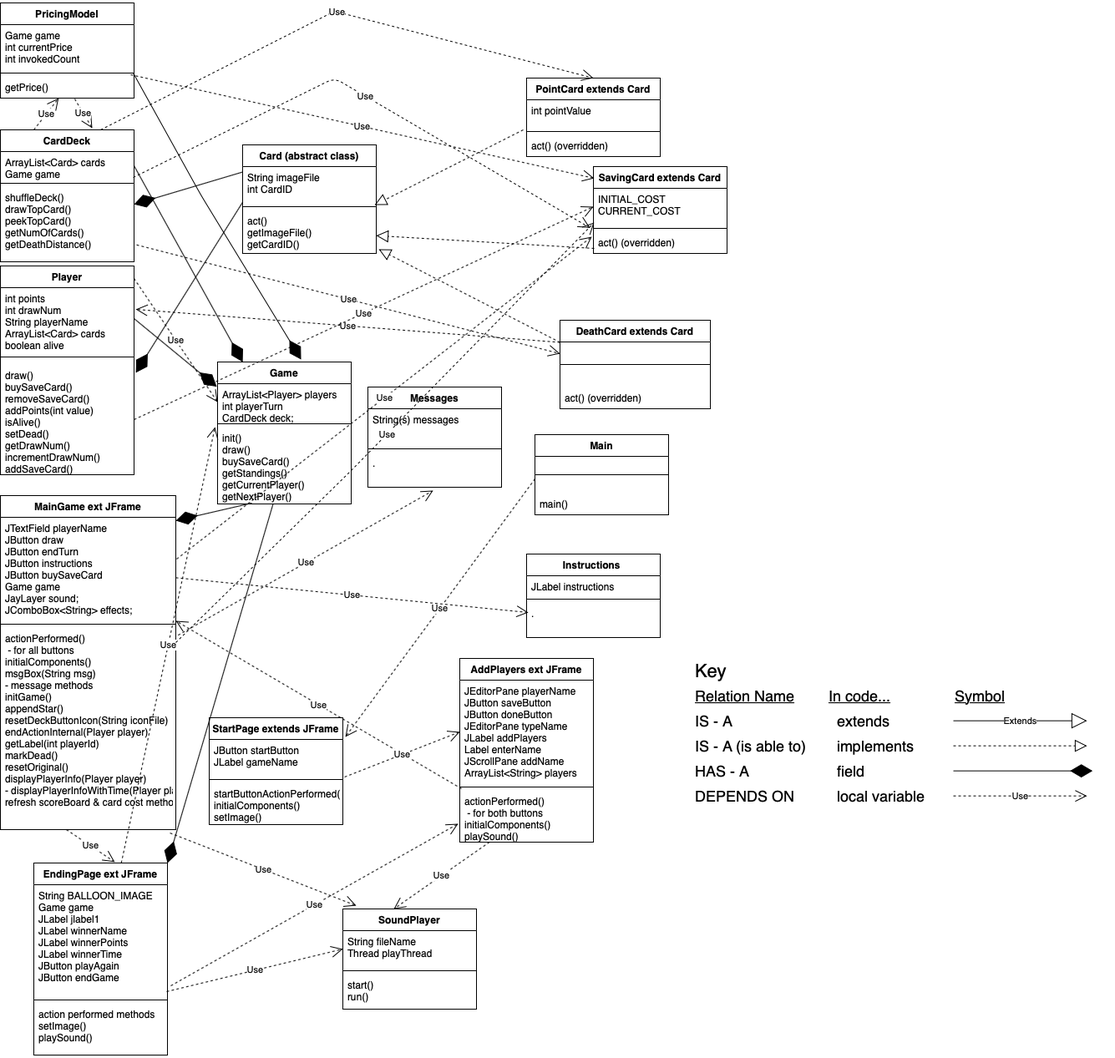
Above: doc/UMLDiagram.png in HHSAPCompSci2020/capstone-project-otters-3 (draw.io), before the change. Source tidied: cells renumbered, new cells last; positions are measured from the earlier drawing's top-left corner, leaving out a move shared by most shapes.
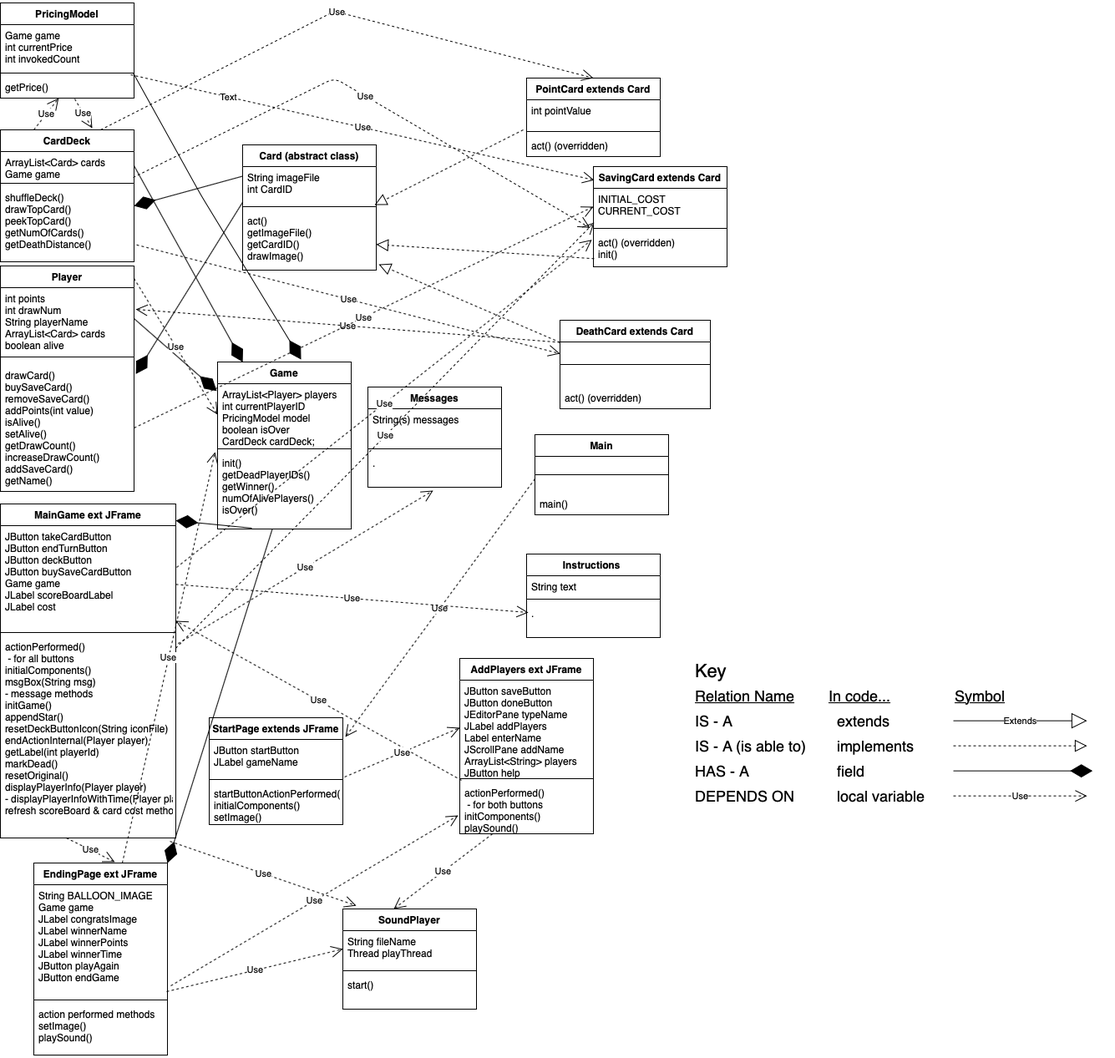
Later version of the same file.

Change to the diagram source:
```diff
@@ -15,7 +15,7 @@
       <mxGeometry y="68" width="160" height="90" as="geometry" />
     </mxCell>
     <mxCell id="6" value="Card (abstract class)" style="swimlane;fontStyle=1;align=center;verticalAlign=top;horizontal=1;startSize=26;" parent="1" vertex="1">
-      <mxGeometry x="290" y="170" width="160" height="130" as="geometry" />
+      <mxGeometry x="290" y="170" width="160" height="150" as="geometry" />
     </mxCell>
     <mxCell id="7" value="String imageFile&#10;int CardID" style="text;strokeColor=none;fillColor=none;align=left;verticalAlign=top;spacingLeft=4;spacingRight=4;overflow=hidden;points=[[0,0.5],[1,0.5]];portConstraint=eastwest;" parent="6" vertex="1">
       <mxGeometry y="26" width="160" height="44" as="geometry" />
@@ -23,23 +23,23 @@
     <mxCell id="8" style="line;strokeWidth=1;fillColor=none;align=left;verticalAlign=middle;spacingTop=-1;spacingLeft=3;spacingRight=3;labelPosition=right;points=[];portConstraint=eastwest;" parent="6" vertex="1">
       <mxGeometry y="70" width="160" height="8" as="geometry" />
     </mxCell>
-    <mxCell id="9" value="act()&#10;getImageFile()&#10;getCardID()" style="text;strokeColor=none;fillColor=none;align=left;verticalAlign=top;spacingLeft=4;spacingRight=4;overflow=hidden;points=[[0,0.5],[1,0.5]];portConstraint=eastwest;" parent="6" vertex="1">
-      <mxGeometry y="78" width="160" height="52" as="geometry" />
+    <mxCell id="9" value="act()&#10;getImageFile()&#10;getCardID()&#10;drawImage()" style="text;strokeColor=none;fillColor=none;align=left;verticalAlign=top;spacingLeft=4;spacingRight=4;overflow=hidden;points=[[0,0.5],[1,0.5]];portConstraint=eastwest;" parent="6" vertex="1">
+      <mxGeometry y="78" width="160" height="72" as="geometry" />
     </mxCell>
     <mxCell id="10" value="Game" style="swimlane;fontStyle=1;align=center;verticalAlign=top;horizontal=1;startSize=26;" parent="1" vertex="1">
-      <mxGeometry x="260" y="430" width="160" height="170" as="geometry" />
+      <mxGeometry x="260" y="430" width="160" height="200" as="geometry" />
     </mxCell>
-    <mxCell id="11" value="ArrayList&lt;Player&gt; players&#10;int playerTurn&#10;CardDeck deck;" style="text;strokeColor=none;fillColor=none;align=left;verticalAlign=top;spacingLeft=4;spacingRight=4;overflow=hidden;points=[[0,0.5],[1,0.5]];portConstraint=eastwest;" parent="10" vertex="1">
-      <mxGeometry y="26" width="160" height="44" as="geometry" />
+    <mxCell id="11" value="ArrayList&lt;Player&gt; players&#10;int currentPlayerID&#10;PricingModel model&#10;boolean isOver&#10;CardDeck cardDeck;" style="text;strokeColor=none;fillColor=none;align=left;verticalAlign=top;spacingLeft=4;spacingRight=4;overflow=hidden;points=[[0,0.5],[1,0.5]];portConstraint=eastwest;" parent="10" vertex="1">
+      <mxGeometry y="26" width="160" height="74" as="geometry" />
     </mxCell>
     <mxCell id="12" style="line;strokeWidth=1;fillColor=none;align=left;verticalAlign=middle;spacingTop=-1;spacingLeft=3;spacingRight=3;labelPosition=right;" parent="10" vertex="1">
-      <mxGeometry y="70" width="160" height="8" as="geometry" />
+      <mxGeometry y="100" width="160" height="8" as="geometry" />
     </mxCell>
-    <mxCell id="13" value="init()&#10;draw()&#10;buySaveCard()&#10;getStandings()&#10;getCurrentPlayer()&#10;getNextPlayer()" style="text;strokeColor=none;fillColor=none;align=left;verticalAlign=top;spacingLeft=4;spacingRight=4;overflow=hidden;points=[[0,0.5],[1,0.5]];portConstraint=eastwest;" parent="10" vertex="1">
-      <mxGeometry y="78" width="160" height="92" as="geometry" />
+    <mxCell id="13" value="init()&#10;getDeadPlayerIDs()&#10;getWinner()&#10;numOfAlivePlayers()&#10;isOver()" style="text;strokeColor=none;fillColor=none;align=left;verticalAlign=top;spacingLeft=4;spacingRight=4;overflow=hidden;points=[[0,0.5],[1,0.5]];portConstraint=eastwest;" parent="10" vertex="1">
+      <mxGeometry y="108" width="160" height="92" as="geometry" />
     </mxCell>
     <mxCell id="14" value="Player" style="swimlane;fontStyle=1;align=center;verticalAlign=top;horizontal=1;startSize=26;" parent="1" vertex="1">
-      <mxGeometry y="315" width="160" height="250" as="geometry" />
+      <mxGeometry y="315" width="160" height="270" as="geometry" />
     </mxCell>
     <mxCell id="15" value="int points&#10;int drawNum&#10;String playerName&#10;ArrayList&lt;Card&gt; cards&#10;boolean alive" style="text;strokeColor=none;fillColor=none;align=left;verticalAlign=top;spacingLeft=4;spacingRight=4;overflow=hidden;points=[[0,0.5],[1,0.5]];portConstraint=eastwest;" parent="14" vertex="1">
       <mxGeometry y="26" width="160" height="74" as="geometry" />
@@ -47,8 +47,8 @@
     <mxCell id="16" style="line;strokeWidth=1;fillColor=none;align=left;verticalAlign=middle;spacingTop=-1;spacingLeft=3;spacingRight=3;labelPosition=right;" parent="14" vertex="1">
       <mxGeometry y="100" width="160" height="18" as="geometry" />
     </mxCell>
-    <mxCell id="17" value="draw()&#10;buySaveCard()&#10;removeSaveCard()&#10;addPoints(int value)&#10;isAlive()&#10;setDead()&#10;getDrawNum()&#10;incrementDrawNum()&#10;addSaveCard()" style="text;strokeColor=none;fillColor=none;align=left;verticalAlign=top;spacingLeft=4;spacingRight=4;overflow=hidden;points=[[0,0.5],[1,0.5]];portConstraint=eastwest;" parent="14" vertex="1">
-      <mxGeometry y="118" width="160" height="132" as="geometry" />
+    <mxCell id="17" value="drawCard()&#10;buySaveCard()&#10;removeSaveCard()&#10;addPoints(int value)&#10;isAlive()&#10;setAlive()&#10;getDrawCount()&#10;increaseDrawCount()&#10;addSaveCard()&#10;getName()" style="text;strokeColor=none;fillColor=none;align=left;verticalAlign=top;spacingLeft=4;spacingRight=4;overflow=hidden;points=[[0,0.5],[1,0.5]];portConstraint=eastwest;" parent="14" vertex="1">
+      <mxGeometry y="118" width="160" height="152" as="geometry" />
     </mxCell>
     <mxCell id="18" value="DeathCard extends Card" style="swimlane;fontStyle=1;align=center;verticalAlign=top;horizontal=1;startSize=26;" parent="1" vertex="1">
       <mxGeometry x="670" y="380" width="180" height="106" as="geometry" />
@@ -69,7 +69,7 @@
       <mxGeometry y="70" width="160" height="26" as="geometry" />
     </mxCell>
     <mxCell id="24" value="SavingCard extends Card" style="swimlane;fontStyle=1;align=center;verticalAlign=top;horizontal=1;startSize=26;" parent="1" vertex="1">
-      <mxGeometry x="710" y="196" width="160" height="104" as="geometry" />
+      <mxGeometry x="710" y="196" width="160" height="120" as="geometry" />
     </mxCell>
     <mxCell id="25" value="INITIAL_COST&#10;CURRENT_COST" style="text;strokeColor=none;fillColor=none;align=left;verticalAlign=top;spacingLeft=4;spacingRight=4;overflow=hidden;points=[[0,0.5],[1,0.5]];portConstraint=eastwest;" parent="24" vertex="1">
       <mxGeometry y="26" width="160" height="44" as="geometry" />
@@ -77,8 +77,8 @@
     <mxCell id="26" style="line;strokeWidth=1;fillColor=none;align=left;verticalAlign=middle;spacingTop=-1;spacingLeft=3;spacingRight=3;labelPosition=right;" parent="24" vertex="1">
       <mxGeometry y="70" width="160" height="8" as="geometry" />
     </mxCell>
-    <mxCell id="27" value="act() (overridden)" style="text;strokeColor=none;fillColor=none;align=left;verticalAlign=top;spacingLeft=4;spacingRight=4;overflow=hidden;points=[[0,0.5],[1,0.5]];portConstraint=eastwest;" parent="24" vertex="1">
-      <mxGeometry y="78" width="160" height="26" as="geometry" />
+    <mxCell id="27" value="act() (overridden)&#10;init()" style="text;strokeColor=none;fillColor=none;align=left;verticalAlign=top;spacingLeft=4;spacingRight=4;overflow=hidden;points=[[0,0.5],[1,0.5]];portConstraint=eastwest;" parent="24" vertex="1">
+      <mxGeometry y="78" width="160" height="42" as="geometry" />
     </mxCell>
     <mxCell id="28" value="&lt;font style=&quot;font-size: 22px&quot;&gt;Key&lt;/font&gt;" style="text;html=1;align=left;verticalAlign=middle;strokeColor=none;" parent="1" vertex="1">
       <mxGeometry x="830" y="790" width="50" height="20" as="geometry" />
@@ -135,16 +135,16 @@
       </mxGeometry>
     </mxCell>
     <mxCell id="43" value="AddPlayers ext JFrame" style="swimlane;fontStyle=1;align=center;verticalAlign=top;horizontal=1;startSize=26;" parent="1" vertex="1">
-      <mxGeometry x="550" y="785" width="160" height="220" as="geometry" />
+      <mxGeometry x="550" y="785" width="160" height="210" as="geometry" />
     </mxCell>
-    <mxCell id="44" value="JEditorPane playerName&#10;JButton saveButton&#10;JButton doneButton&#10;JEditorPane typeName&#10;JLabel addPlayers&#10;Label enterName&#10;JScrollPane addName&#10;ArrayList&lt;String&gt; players&#10;&#10;JayLayer sound;&#10;JComboBox&lt;String&gt; effects;" style="text;strokeColor=none;fillColor=none;align=left;verticalAlign=top;spacingLeft=4;spacingRight=4;overflow=hidden;points=[[0,0.5],[1,0.5]];portConstraint=eastwest;" parent="43" vertex="1">
-      <mxGeometry y="26" width="160" height="124" as="geometry" />
+    <mxCell id="44" value="JButton saveButton&#10;JButton doneButton&#10;JEditorPane typeName&#10;JLabel addPlayers&#10;Label enterName&#10;JScrollPane addName&#10;ArrayList&lt;String&gt; players&#10;JButton help&#10;" style="text;strokeColor=none;fillColor=none;align=left;verticalAlign=top;spacingLeft=4;spacingRight=4;overflow=hidden;points=[[0,0.5],[1,0.5]];portConstraint=eastwest;" parent="43" vertex="1">
+      <mxGeometry y="26" width="160" height="114" as="geometry" />
     </mxCell>
     <mxCell id="45" style="line;strokeWidth=1;fillColor=none;align=left;verticalAlign=middle;spacingTop=-1;spacingLeft=3;spacingRight=3;labelPosition=right;" parent="43" vertex="1">
-      <mxGeometry y="150" width="160" height="8" as="geometry" />
+      <mxGeometry y="140" width="160" height="8" as="geometry" />
     </mxCell>
-    <mxCell id="46" value="actionPerformed()&#10; - for both buttons&#10;initialComponents()&#10;playSound()" style="text;strokeColor=none;fillColor=none;align=left;verticalAlign=top;spacingLeft=4;spacingRight=4;overflow=hidden;points=[[0,0.5],[1,0.5]];portConstraint=eastwest;" parent="43" vertex="1">
-      <mxGeometry y="158" width="160" height="62" as="geometry" />
+    <mxCell id="46" value="actionPerformed()&#10; - for both buttons&#10;initComponents()&#10;playSound()" style="text;strokeColor=none;fillColor=none;align=left;verticalAlign=top;spacingLeft=4;spacingRight=4;overflow=hidden;points=[[0,0.5],[1,0.5]];portConstraint=eastwest;" parent="43" vertex="1">
+      <mxGeometry y="148" width="160" height="62" as="geometry" />
     </mxCell>
     <mxCell id="47" value="Use" style="endArrow=open;endSize=12;dashed=1;html=1;exitX=0.013;exitY=-0.032;exitDx=0;exitDy=0;exitPerimeter=0;" parent="43" edge="1" source="46">
       <mxGeometry relative="1" as="geometry">
@@ -158,9 +158,9 @@
       <mxGeometry relative="1" as="geometry" />
     </mxCell>
     <mxCell id="50" value="MainGame ext JFrame" style="swimlane;fontStyle=1;align=center;verticalAlign=top;horizontal=1;startSize=26;" parent="1" vertex="1">
-      <mxGeometry y="590" width="210" height="400" as="geometry" />
+      <mxGeometry y="600" width="210" height="400" as="geometry" />
     </mxCell>
-    <mxCell id="51" value="JTextField playerName&#10;JButton draw&#10;JButton endTurn&#10;JButton instructions&#10;JButton buySaveCard&#10;Game game&#10;JayLayer sound;&#10;JComboBox&lt;String&gt; effects;" style="text;strokeColor=none;fillColor=none;align=left;verticalAlign=top;spacingLeft=4;spacingRight=4;overflow=hidden;points=[[0,0.5],[1,0.5]];portConstraint=eastwest;" parent="50" vertex="1">
+    <mxCell id="51" value="JButton takeCardButton&#10;JButton endTurnButton&#10;JButton deckButton&#10;JButton buySaveCardButton&#10;Game game&#10;JLabel scoreBoardLabel&#10;JLabel cost" style="text;strokeColor=none;fillColor=none;align=left;verticalAlign=top;spacingLeft=4;spacingRight=4;overflow=hidden;points=[[0,0.5],[1,0.5]];portConstraint=eastwest;" parent="50" vertex="1">
       <mxGeometry y="26" width="210" height="124" as="geometry" />
     </mxCell>
     <mxCell id="52" style="line;strokeWidth=1;fillColor=none;align=left;verticalAlign=middle;spacingTop=-1;spacingLeft=3;spacingRight=3;labelPosition=right;" parent="50" vertex="1">
@@ -172,7 +172,7 @@
     <mxCell id="54" value="Instructions " style="swimlane;fontStyle=1;align=center;verticalAlign=top;horizontal=1;startSize=26;" parent="1" vertex="1">
       <mxGeometry x="630" y="660" width="160" height="100" as="geometry" />
     </mxCell>
-    <mxCell id="55" value="JLabel instructions" style="text;strokeColor=none;fillColor=none;align=left;verticalAlign=top;spacingLeft=4;spacingRight=4;overflow=hidden;" parent="54" vertex="1">
+    <mxCell id="55" value="String text" style="text;strokeColor=none;fillColor=none;align=left;verticalAlign=top;spacingLeft=4;spacingRight=4;overflow=hidden;" parent="54" vertex="1">
       <mxGeometry y="26" width="160" height="24" as="geometry" />
     </mxCell>
     <mxCell id="56" style="line;strokeWidth=1;fillColor=none;align=left;verticalAlign=middle;spacingTop=-1;spacingLeft=3;spacingRight=3;labelPosition=right;" parent="54" vertex="1">
@@ -241,7 +241,7 @@
     <mxCell id="72" value="EndingPage ext JFrame" style="swimlane;fontStyle=1;align=center;verticalAlign=top;horizontal=1;startSize=26;" parent="1" vertex="1">
       <mxGeometry x="40" y="1030" width="160" height="230" as="geometry" />
     </mxCell>
-    <mxCell id="73" value="String BALLOON_IMAGE&#10;Game game&#10;JLabel jlabel1&#10;JLabel winnerName&#10;JLabel winnerPoints&#10;JLabel winnerTime&#10;JButton playAgain&#10;JButton endGame" style="text;strokeColor=none;fillColor=none;align=left;verticalAlign=top;spacingLeft=4;spacingRight=4;overflow=hidden;points=[[0,0.5],[1,0.5]];portConstraint=eastwest;" parent="72" vertex="1">
+    <mxCell id="73" value="String BALLOON_IMAGE&#10;Game game&#10;JLabel congratsImage&#10;JLabel winnerName&#10;JLabel winnerPoints&#10;JLabel winnerTime&#10;JButton playAgain&#10;JButton endGame" style="text;strokeColor=none;fillColor=none;align=left;verticalAlign=top;spacingLeft=4;spacingRight=4;overflow=hidden;points=[[0,0.5],[1,0.5]];portConstraint=eastwest;" parent="72" vertex="1">
       <mxGeometry y="26" width="160" height="134" as="geometry" />
     </mxCell>
     <mxCell id="74" style="line;strokeWidth=1;fillColor=none;align=left;verticalAlign=middle;spacingTop=-1;spacingLeft=3;spacingRight=3;labelPosition=right;" parent="72" vertex="1">
@@ -316,7 +316,7 @@
     <mxCell id="94" style="line;strokeWidth=1;fillColor=none;align=left;verticalAlign=middle;spacingTop=-1;spacingLeft=3;spacingRight=3;labelPosition=right;" parent="92" vertex="1">
       <mxGeometry y="70" width="160" height="8" as="geometry" />
     </mxCell>
-    <mxCell id="95" value="start()&#10;run()" style="text;strokeColor=none;fillColor=none;align=left;verticalAlign=top;spacingLeft=4;spacingRight=4;overflow=hidden;" parent="92" vertex="1">
+    <mxCell id="95" value="start()" style="text;strokeColor=none;fillColor=none;align=left;verticalAlign=top;spacingLeft=4;spacingRight=4;overflow=hidden;" parent="92" vertex="1">
       <mxGeometry y="78" width="160" height="42" as="geometry" />
     </mxCell>
     <mxCell id="96" value="Use" style="endArrow=open;endSize=12;dashed=1;html=1;exitX=1.013;exitY=1.023;exitDx=0;exitDy=0;exitPerimeter=0;entryX=0;entryY=0.5;entryDx=0;entryDy=0;" parent="1" edge="1" source="59" target="44">
@@ -337,7 +337,7 @@
     <mxCell id="101" value="Use" style="endArrow=open;endSize=12;dashed=1;html=1;entryX=0.381;entryY=0;entryDx=0;entryDy=0;entryPerimeter=0;" parent="1" edge="1" source="46" target="92">
       <mxGeometry relative="1" as="geometry" />
     </mxCell>
-    <mxCell id="102" style="endArrow=block;dashed=1;endFill=0;endSize=12;html=1;exitX=-0.025;exitY=1.059;exitDx=0;exitDy=0;exitPerimeter=0;entryX=0.988;entryY=0.25;entryDx=0;entryDy=0;entryPerimeter=0;" parent="1" edge="1" source="65" target="8">
+    <mxCell id="102" style="endArrow=block;dashed=1;endFill=0;endSize=12;html=1;exitX=-0.025;exitY=1.059;exitDx=0;exitDy=0;exitPerimeter=0;entryX=0.988;entryY=0.25;entryDx=0;entryDy=0;entryPerimeter=0;fillColor=#FFFFFF;" parent="1" edge="1" source="65" target="8">
       <mxGeometry relative="1" as="geometry" />
     </mxCell>
     <mxCell id="103" style="endArrow=block;dashed=1;endFill=0;endSize=12;html=1;exitX=0.006;exitY=0.769;exitDx=0;exitDy=0;exitPerimeter=0;" parent="1" edge="1" source="27" target="9">
@@ -354,6 +354,9 @@
     <mxCell id="106" value="Use" style="endArrow=open;endSize=12;dashed=1;html=1;exitX=0.975;exitY=0.75;exitDx=0;exitDy=0;exitPerimeter=0;entryX=0.006;entryY=0.135;entryDx=0;entryDy=0;entryPerimeter=0;" parent="1" edge="1" source="87" target="24">
       <mxGeometry relative="1" as="geometry" />
     </mxCell>
+    <mxCell id="112" value="Text" style="edgeLabel;html=1;align=center;verticalAlign=middle;" parent="106" vertex="1">
+      <mxGeometry x="-0.58" relative="1" as="geometry" />
+    </mxCell>
     <mxCell id="107" value="Use" style="endArrow=open;endSize=12;dashed=1;html=1;exitX=0;exitY=0.25;exitDx=0;exitDy=0;entryX=1.013;entryY=0.351;entryDx=0;entryDy=0;entryPerimeter=0;" parent="1" edge="1" source="18" target="15">
       <mxGeometry relative="1" as="geometry" />
     </mxCell>
```
